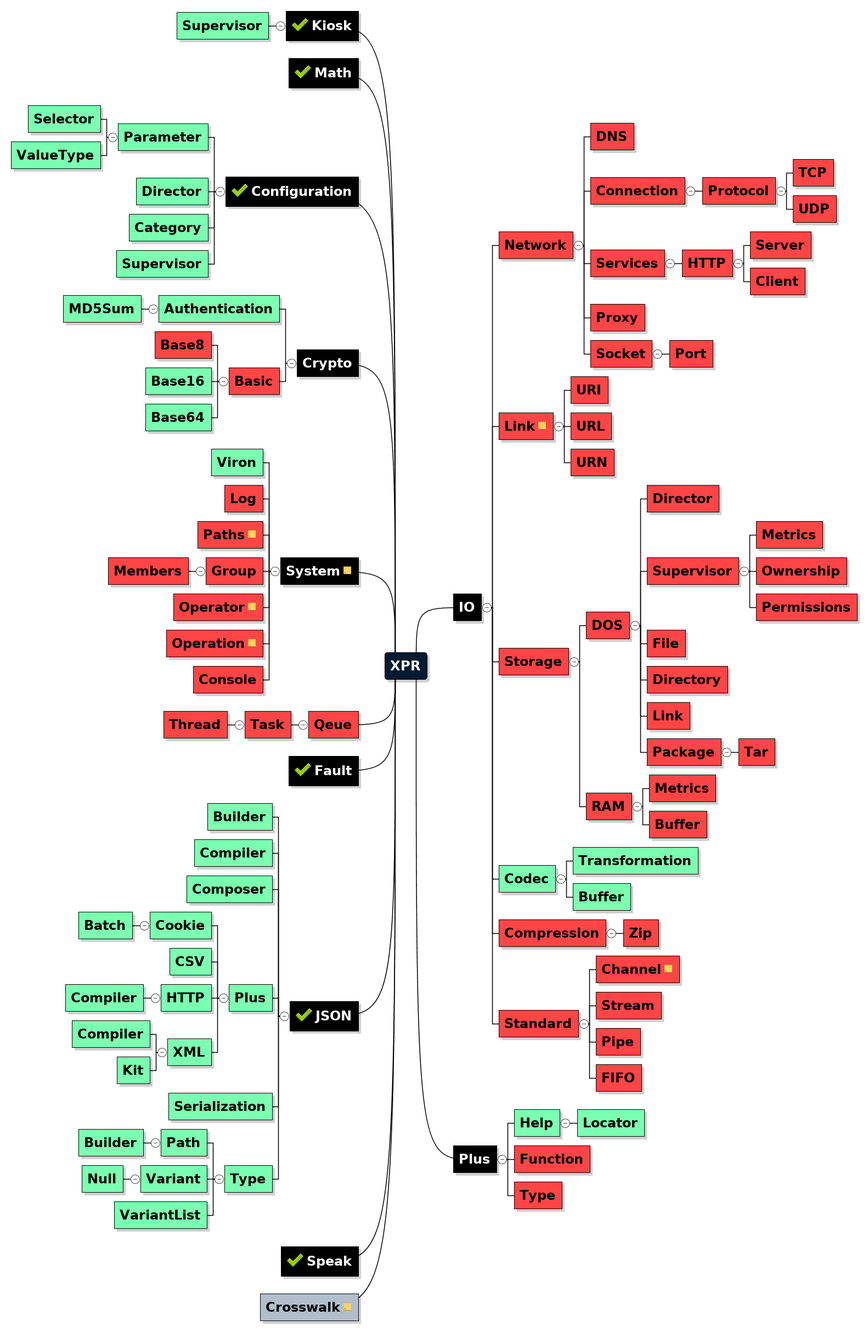
Before: XPR-MAP.png, a diagram exported from Mermaid (hypersoft/XPR). Its source is kept beside it as XPR-MAP.mmd.
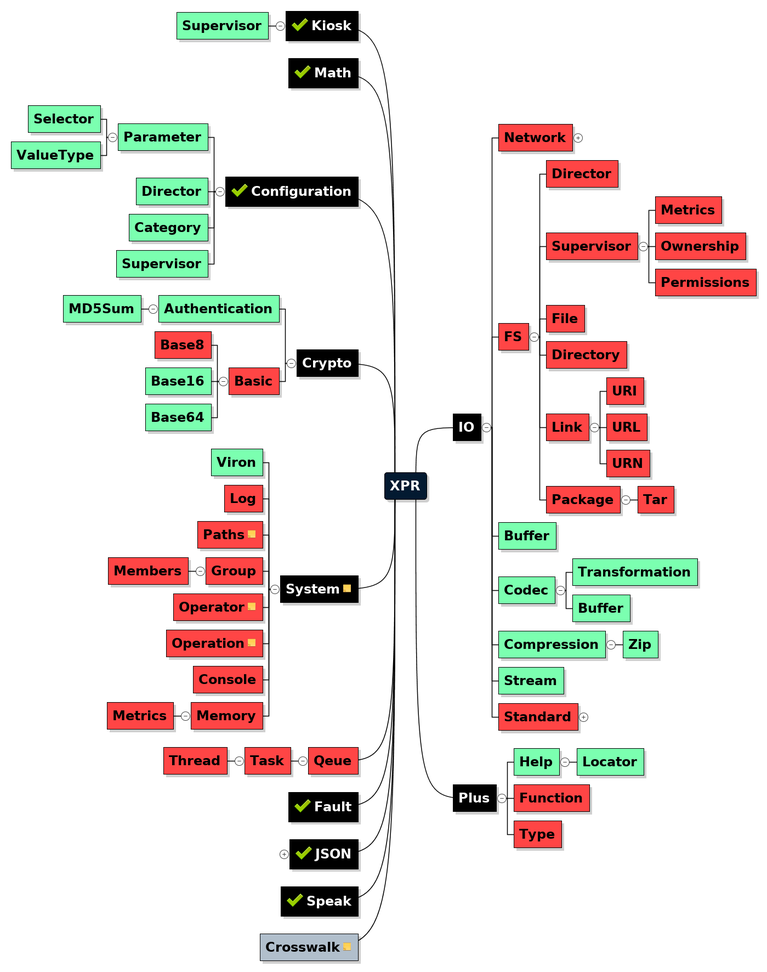
Above is the later version.

Commit message:
Layout Changes + Buffer & Stream ports

Diff of the diagram source:
```diff
@@ -49,7 +49,7 @@
 
 
 ### Network
-> fillColor=`#FF4545`
+> collapsed=`true`,fillColor=`#FF4545`
 
 
 #### DNS
@@ -100,102 +100,15 @@
 > fillColor=`#FF4545`
 
 
-### Link
-> fillColor=`#FF4545`
-
-- NOTE
-<pre>Better than [re]source
-
-These &quot;identifiers&quot; and locators are IO targets as a matter of fact. If we look at the map
-we can see that there are a ton of missing &quot;uniform resource&quot; locators.
-
-What we really have is a mapping to some form of storage.
-
-So it's more than likely Source/Destination: Target. Just like a file.
-
-IO Pseudos (pseudonyms). I want to pick a single word and it has to conform
-with correct logical word construction.
-
-Locator/target/mapping/source/destination/pseudonyms.
-
-Has all the makings of a patch. exactly what happens in the io stack.
-a virtual path is substituted for a &quot;realpath&quot;. The above list cleary lays that out.
-
-I think Mash is a good one. IO.Mash, more than a patchwork; a conjunction of
-mashups. Very logical, but very foreign to common coding language.
-
-lol.
-
-Link
-
-&quot;click on the link&quot;, this link here, that link there. which link? they are all IO links,
-not actual endpoints.
-
-So, networking needs to drop the context of &quot;link&quot; and continue using connection,
-which represents physical connection. Exception: Wireless; but why use link
-when you have Wireless?</pre>
-
-#### URI
-> collapsed=`true`,fillColor=`#FF4545`
-
-
-#### URL
-> collapsed=`true`,fillColor=`#FF4545`
-
-
-#### URN
+### FS
 > fillColor=`#FF4545`
 
 
-### Storage
+#### Director
 > fillColor=`#FF4545`
 
 
-#### DOS
-> fillColor=`#FF4545`
-
-
-##### Director
-> fillColor=`#FF4545`
-
-
-##### Supervisor
-> fillColor=`#FF4545`
-
-
-###### Metrics
-> fillColor=`#FF4545`
-
-
-###### Ownership
-> fillColor=`#FF4545`
-
-
-###### Permissions
-> fillColor=`#FF4545`
-
-
-##### File
-> fillColor=`#FF4545`
-
-
-##### Directory
-> fillColor=`#FF4545`
-
-
-##### Link
-> fillColor=`#FF4545`
-
-
-##### Package
-> fillColor=`#FF4545`
-
-
-###### Tar
-> collapsed=`true`,fillColor=`#FF4545`
-
-
-#### RAM
+#### Supervisor
 > fillColor=`#FF4545`
 
 
@@ -203,8 +116,48 @@
 > fillColor=`#FF4545`
 
 
-##### Buffer
+##### Ownership
+> fillColor=`#FF4545`
+
+
+##### Permissions
+> fillColor=`#FF4545`
+
+
+#### File
+> fillColor=`#FF4545`
+
+
+#### Directory
+> fillColor=`#FF4545`
+
+
+#### Link
+> fillColor=`#FF4545`
+
+
+##### URI
 > collapsed=`true`,fillColor=`#FF4545`
+
+
+##### URL
+> collapsed=`true`,fillColor=`#FF4545`
+
+
+##### URN
+> fillColor=`#FF4545`
+
+
+#### Package
+> fillColor=`#FF4545`
+
+
+##### Tar
+> collapsed=`true`,fillColor=`#FF4545`
+
+
+### Buffer
+> collapsed=`true`,fillColor=`#7BFFB0`
 
 
 ### Codec
@@ -220,15 +173,19 @@
 
 
 ### Compression
-> fillColor=`#FF4545`
+> fillColor=`#7BFFB0`
 
 
 #### Zip
-> collapsed=`true`,fillColor=`#FF4545`
+> collapsed=`true`,fillColor=`#7BFFB0`
+
+
+### Stream
+> fillColor=`#7BFFB0`
 
 
 ### Standard
-> fillColor=`#FF4545`,textColor=`#000000`
+> collapsed=`true`,fillColor=`#FF4545`,textColor=`#000000`
 
 
 #### Channel
@@ -236,10 +193,6 @@
 
 - NOTE
 <pre>formerly Descriptor</pre>
-
-#### Stream
-> fillColor=`#FF4545`
-
 
 #### Pipe
 > fillColor=`#FF4545`,textColor=`#000000`
@@ -342,6 +295,14 @@
 > fillColor=`#FF4545`
 
 
+### Memory
+> fillColor=`#FF4545`
+
+
+#### Metrics
+> fillColor=`#FF4545`
+
+
 ## Plus
 > fillColor=`#000000`,textColor=`#FFFFFF`
 
@@ -379,7 +340,7 @@
 
 
 ## JSON
-> fillColor=`#000000`,leftSide=`true`,mmd.emoticon=`tick`,textColor=`#FFFFFF`
+> collapsed=`true`,fillColor=`#000000`,leftSide=`true`,mmd.emoticon=`tick`,textColor=`#FFFFFF`
 
 
 ### Builder
```
